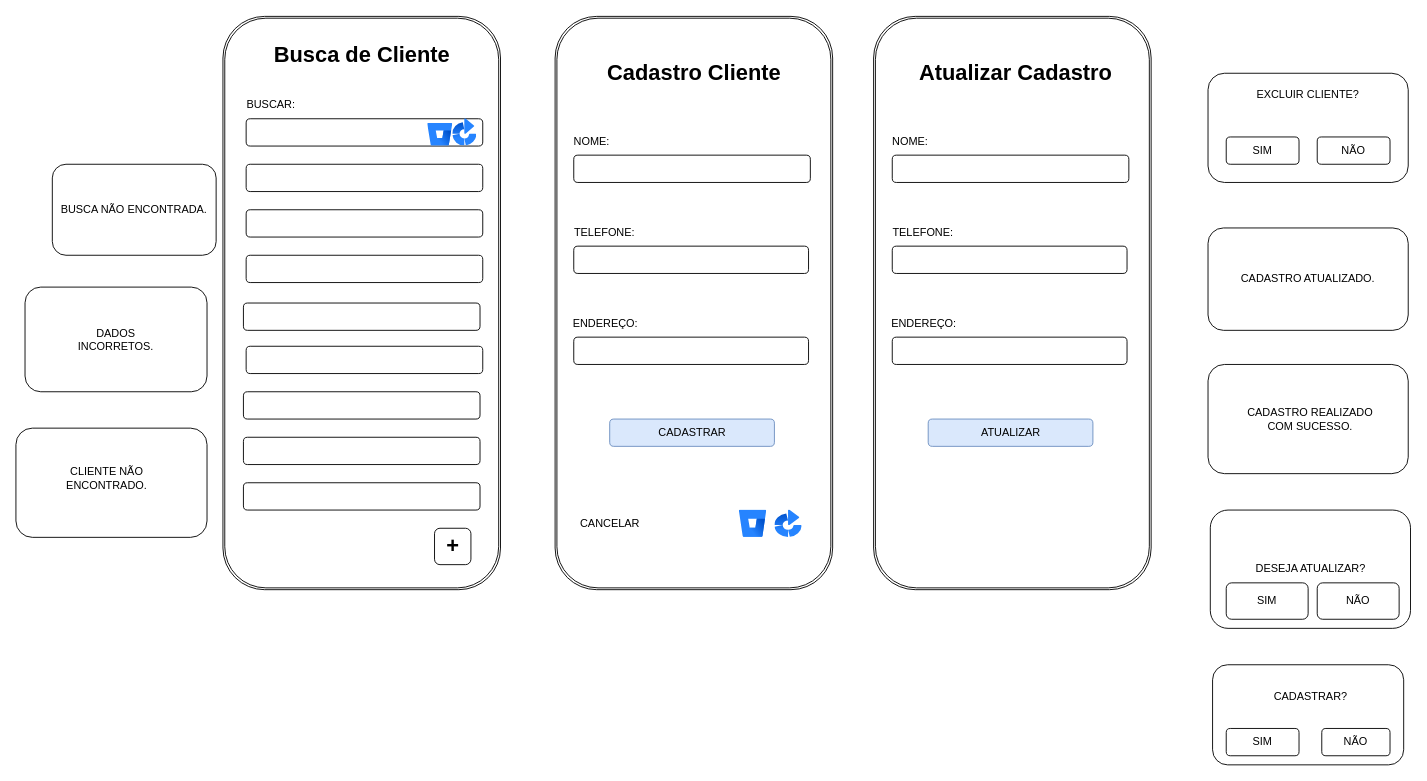
rafaelareisilva/avatar.app keeps this draw.io diagram as page "Página-1" (1 of 7) of DOC/tela.drawio. Above is the earlier version. Source tidied: cells renumbered, new cells numbered last; positions are measured from the earlier drawing's top-left corner, leaving out a move shared by most shapes. Both pictures are drawn from the tidied source at 91%, with x=0, y=0 at pixel (15, 36).
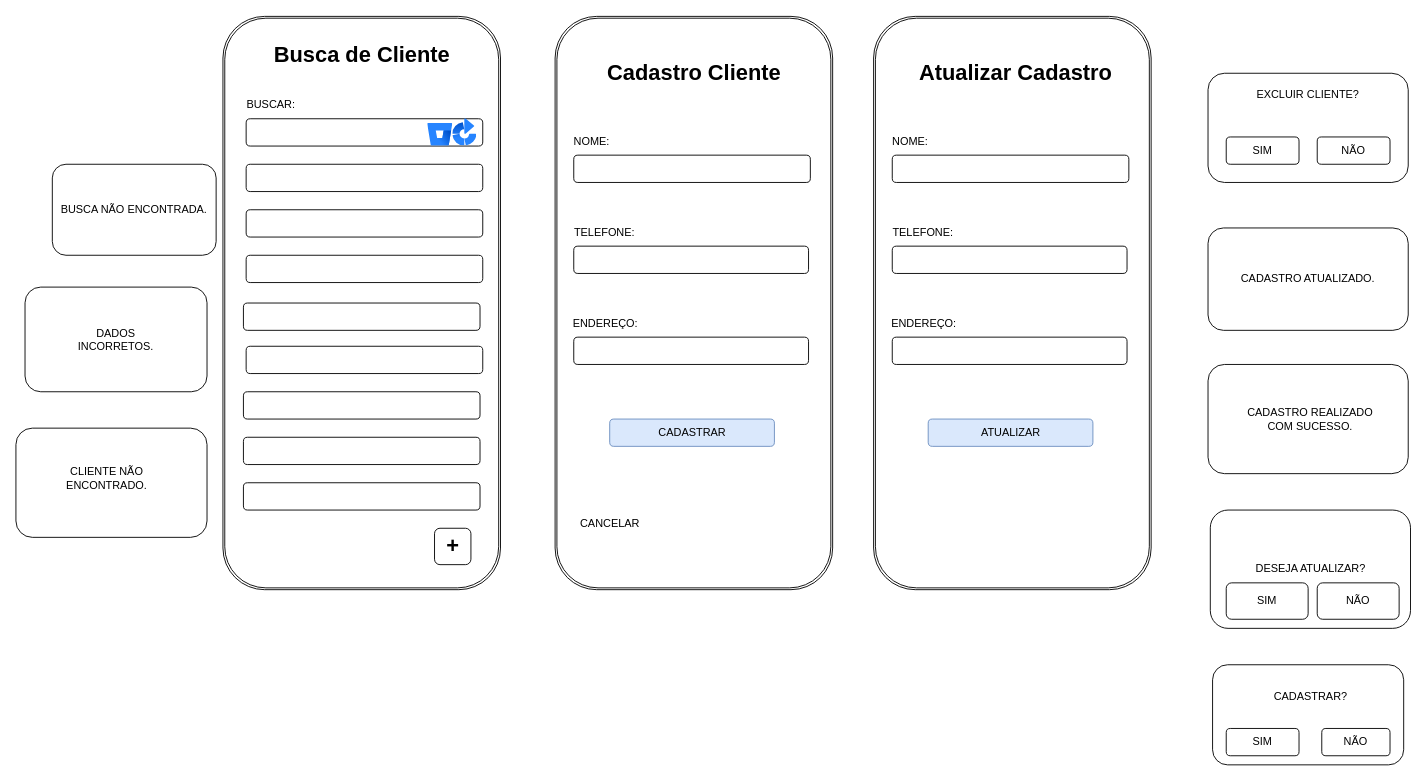
Above is the later version.

Diff of the diagram source:
```diff
@@
-    <mxCell id="22" style="image;html=1;image=img/lib/atlassian/Bitbucket_Logo.svg;" parent="1" vertex="1">
-      <mxGeometry x="795" y="520" width="30" height="30" as="geometry" />
-    </mxCell>
-    <mxCell id="23" style="image;html=1;image=img/lib/atlassian/Bamboo_Logo.svg;" parent="1" vertex="1">
-      <mxGeometry x="834" y="520" width="30" height="30" as="geometry" />
-    </mxCell>
```
